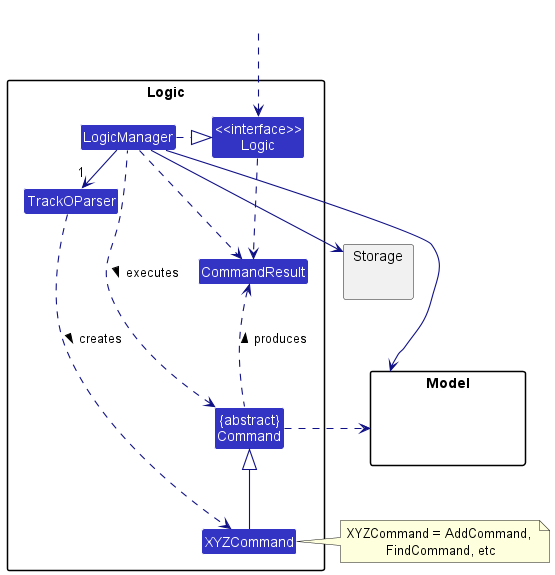
Earlier version of the PlantUML export docs/images/developer-guide/LogicClassDiagram.png (nus-cs2103-AY2223S1/tp).
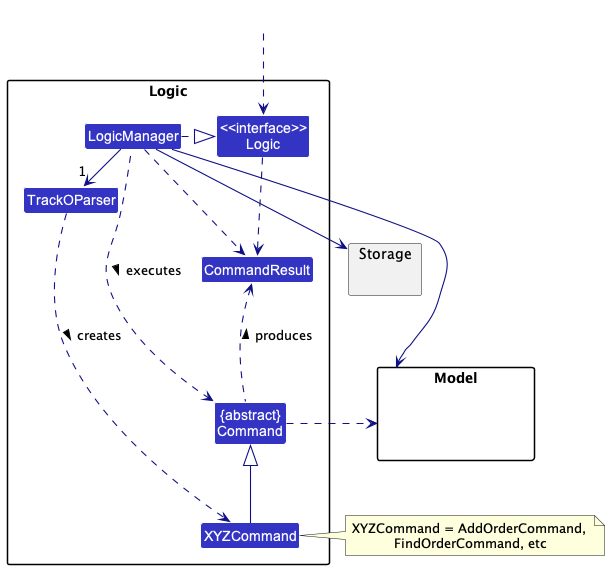
The same diagram one commit later.

What changed in the source:
```diff
@@ -38,7 +38,7 @@
 Storage --[hidden] Model
 Command .[hidden]up.> Storage
 Command .right.> Model
-note right of XYZCommand: XYZCommand = AddCommand, \nFindCommand, etc
+note right of XYZCommand: XYZCommand = AddOrderCommand, \nFindOrderCommand, etc
 
 Logic ..> CommandResult
 LogicManager .down.> CommandResult
```
